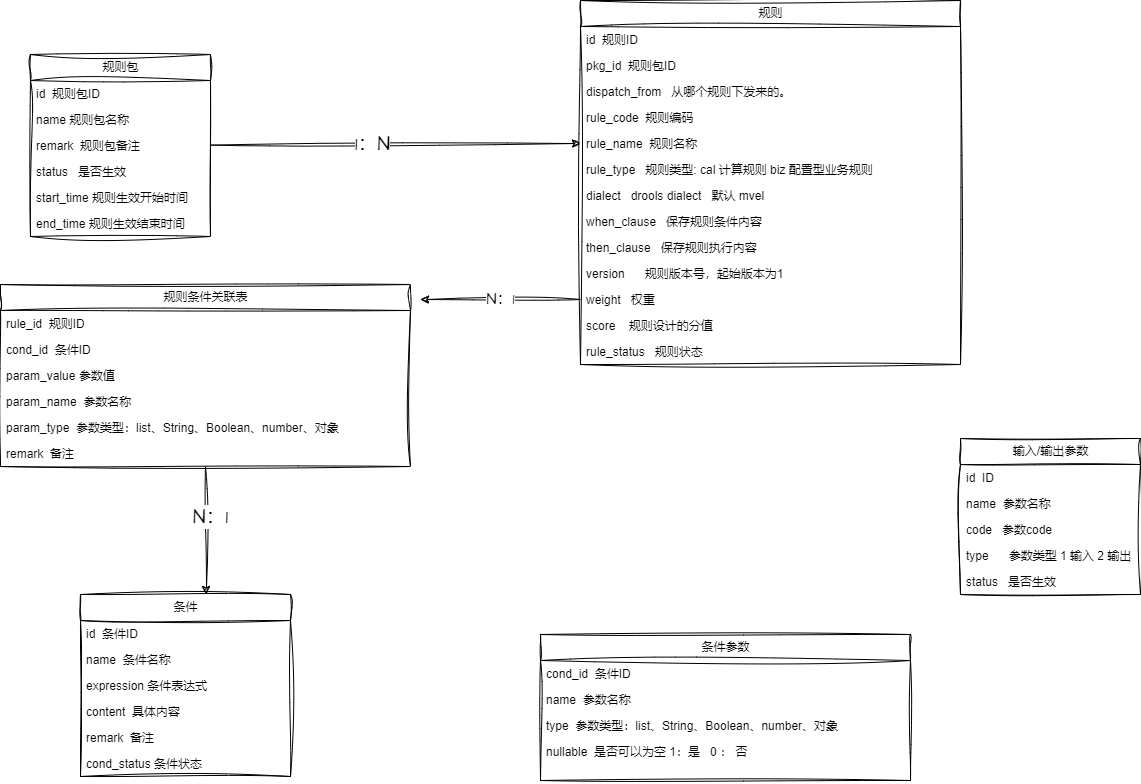
Earlier version of the draw.io export drawio/rule_engine/model_engine .png (wllpeter/picture). Source tidied: cells renumbered, new cells last; positions are measured from the earlier drawing's top-left corner, leaving out a move shared by most shapes.
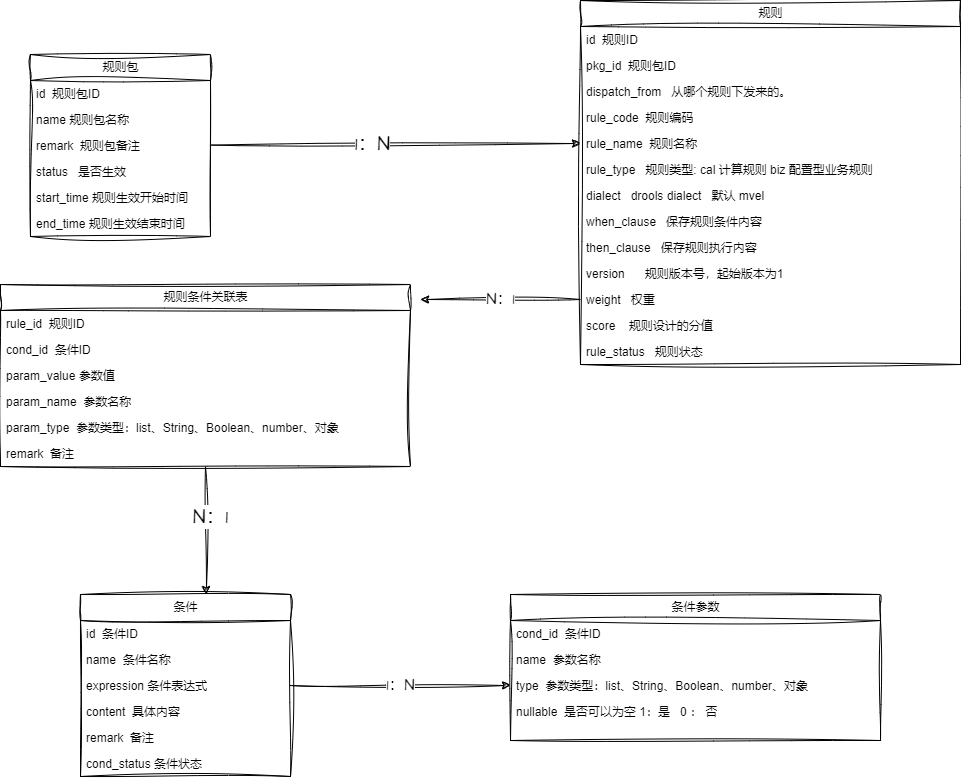
After the commit.

Commit message:
规则引擎模型

The edit, as a diff of the source:
```diff
@@ -86,26 +86,8 @@
     <mxCell id="29" value="cond_status 条件状态" style="text;strokeColor=none;fillColor=none;align=left;verticalAlign=top;spacingLeft=4;spacingRight=4;overflow=hidden;whiteSpace=wrap;html=1;sketch=1;curveFitting=1;jiggle=2;" parent="23" vertex="1">
       <mxGeometry y="156" width="210" height="26" as="geometry" />
     </mxCell>
-    <mxCell id="30" value="输入/输出参数" style="swimlane;fontStyle=0;horizontal=1;startSize=26;fillColor=none;html=1;sketch=1;curveFitting=1;jiggle=2;" parent="1" vertex="1">
-      <mxGeometry x="960" y="438" width="180" height="156" as="geometry" />
-    </mxCell>
-    <mxCell id="31" value="id&amp;nbsp; ID" style="text;strokeColor=none;fillColor=none;align=left;verticalAlign=top;spacingLeft=4;spacingRight=4;overflow=hidden;whiteSpace=wrap;html=1;sketch=1;curveFitting=1;jiggle=2;" parent="30" vertex="1">
-      <mxGeometry y="26" width="180" height="26" as="geometry" />
-    </mxCell>
-    <mxCell id="32" value="name&amp;nbsp; 参数名称" style="text;strokeColor=none;fillColor=none;align=left;verticalAlign=top;spacingLeft=4;spacingRight=4;overflow=hidden;whiteSpace=wrap;html=1;sketch=1;curveFitting=1;jiggle=2;" parent="30" vertex="1">
-      <mxGeometry y="52" width="180" height="26" as="geometry" />
-    </mxCell>
-    <mxCell id="33" value="code&amp;nbsp; &amp;nbsp;参数code" style="text;strokeColor=none;fillColor=none;align=left;verticalAlign=top;spacingLeft=4;spacingRight=4;overflow=hidden;whiteSpace=wrap;html=1;sketch=1;curveFitting=1;jiggle=2;" parent="30" vertex="1">
-      <mxGeometry y="78" width="180" height="26" as="geometry" />
-    </mxCell>
-    <mxCell id="34" value="type&amp;nbsp; &amp;nbsp; &amp;nbsp; 参数类型 1 输入 2 输出" style="text;strokeColor=none;fillColor=none;align=left;verticalAlign=top;spacingLeft=4;spacingRight=4;overflow=hidden;whiteSpace=wrap;html=1;sketch=1;curveFitting=1;jiggle=2;" parent="30" vertex="1">
-      <mxGeometry y="104" width="180" height="26" as="geometry" />
-    </mxCell>
-    <mxCell id="35" value="status&amp;nbsp; &amp;nbsp;是否生效" style="text;strokeColor=none;fillColor=none;align=left;verticalAlign=top;spacingLeft=4;spacingRight=4;overflow=hidden;whiteSpace=wrap;html=1;sketch=1;curveFitting=1;jiggle=2;" parent="30" vertex="1">
-      <mxGeometry y="130" width="180" height="26" as="geometry" />
-    </mxCell>
     <mxCell id="36" value="条件参数" style="swimlane;fontStyle=0;horizontal=1;startSize=26;fillColor=none;html=1;sketch=1;curveFitting=1;jiggle=2;" parent="1" vertex="1">
-      <mxGeometry x="540" y="634" width="370" height="146" as="geometry" />
+      <mxGeometry x="510" y="594" width="370" height="146" as="geometry" />
     </mxCell>
     <mxCell id="37" value="cond_id&amp;nbsp; 条件ID" style="text;strokeColor=none;fillColor=none;align=left;verticalAlign=top;spacingLeft=4;spacingRight=4;overflow=hidden;whiteSpace=wrap;html=1;sketch=1;curveFitting=1;jiggle=2;" parent="36" vertex="1">
       <mxGeometry y="26" width="370" height="26" as="geometry" />
@@ -157,5 +139,8 @@
     <mxCell id="52" value="1：N" style="edgeLabel;html=1;align=center;verticalAlign=middle;fontSize=20;fontFamily=Architects Daughter;" parent="51" vertex="1">
       <mxGeometry x="-0.12" y="1" relative="1" as="geometry" />
     </mxCell>
+    <mxCell id="53" value="1：N" style="edgeStyle=none;sketch=1;hachureGap=4;jiggle=2;curveFitting=1;html=1;entryX=0;entryY=0.5;entryDx=0;entryDy=0;fontFamily=Architects Daughter;fontSource=https%3A%2F%2Ffonts.googleapis.com%2Fcss%3Ffamily%3DArchitects%2BDaughter;fontSize=16;" parent="1" edge="1" source="26" target="39">
+      <mxGeometry relative="1" as="geometry" />
+    </mxCell>
   </root>
 </mxGraphModel>
```
